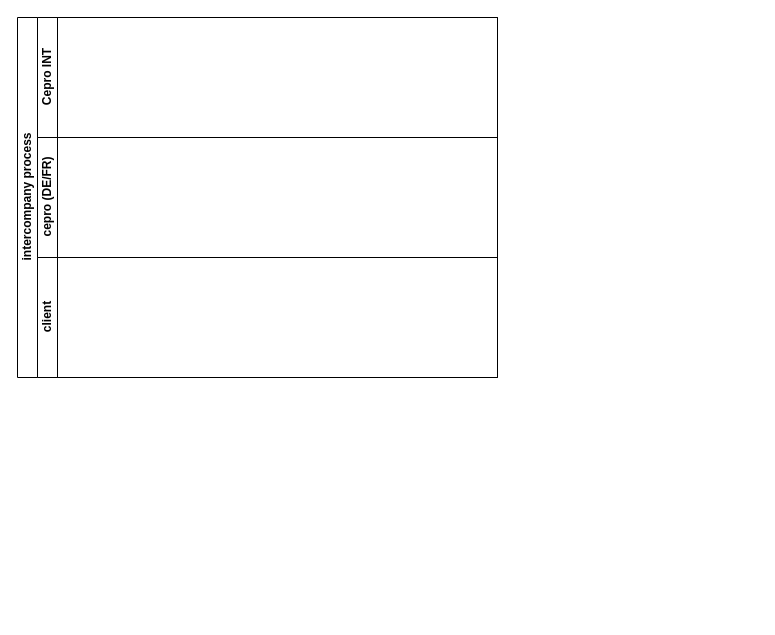
Before: cepro_intercompany.drawio in philip-denys/diagrams, a draw.io diagram. Source tidied: cells renumbered, new cells numbered last; positions are measured from the earlier drawing's top-left corner, leaving out a move shared by most shapes. Both pictures are drawn from the tidied source at 100%, with x=0, y=0 at pixel (17, 17).
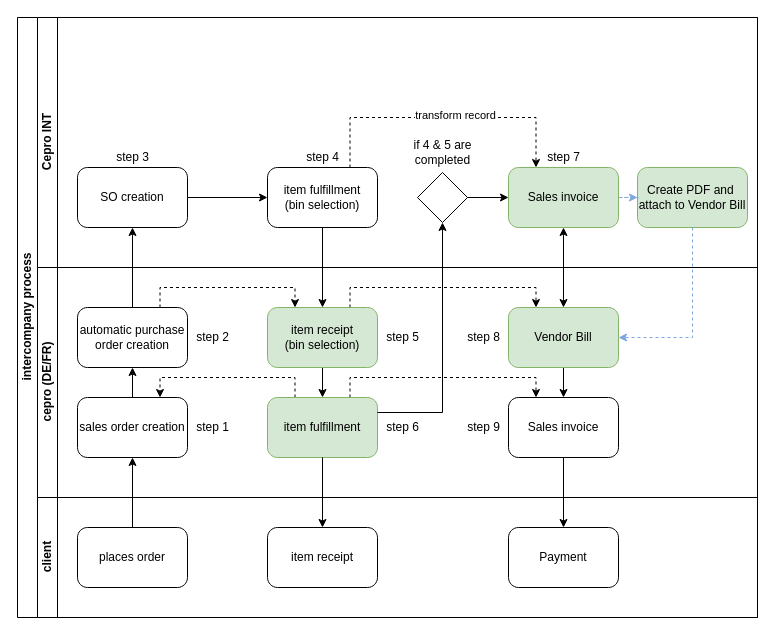
The same page after the edit.

The edit, as a diff of the source:
```diff
@@
     <mxCell id="2" value="intercompany process" style="swimlane;html=1;horizontal=0;startSize=20;" parent="1" vertex="1">
-      <mxGeometry width="480" height="360" as="geometry" />
+      <mxGeometry width="740" height="600" as="geometry" />
     </mxCell>
     <mxCell id="3" value="Cepro INT" style="swimlane;html=1;startSize=20;horizontal=0;" parent="2" vertex="1">
-      <mxGeometry x="20" width="460" height="120" as="geometry" />
+      <mxGeometry x="20" width="720" height="250" as="geometry" />
     </mxCell>
+    <mxCell id="6" value="SO creation" style="points=[[0.25,0,0],[0.5,0,0],[0.75,0,0],[1,0.25,0],[1,0.5,0],[1,0.75,0],[0.75,1,0],[0.5,1,0],[0.25,1,0],[0,0.75,0],[0,0.5,0],[0,0.25,0]];shape=mxgraph.bpmn.task;whiteSpace=wrap;rectStyle=rounded;size=10;taskMarker=abstract;" parent="3" vertex="1">
+      <mxGeometry x="40" y="150" width="110" height="60" as="geometry" />
+    </mxCell>
+    <mxCell id="7" value="step 3" style="text;html=1;align=center;verticalAlign=middle;strokeColor=none;" parent="3" vertex="1">
+      <mxGeometry x="70" y="130" width="50" height="20" as="geometry" />
+    </mxCell>
+    <mxCell id="8" value="step 4" style="text;html=1;align=center;verticalAlign=middle;strokeColor=none;" parent="3" vertex="1">
+      <mxGeometry x="260" y="130" width="50" height="20" as="geometry" />
+    </mxCell>
+    <mxCell id="9" value="step 7" style="text;html=1;align=center;verticalAlign=middle;strokeColor=none;" parent="3" vertex="1">
+      <mxGeometry x="501" y="130" width="50" height="20" as="geometry" />
+    </mxCell>
+    <mxCell id="10" style="points=[[0.25,0.25,0],[0.5,0,0],[0.75,0.25,0],[1,0.5,0],[0.75,0.75,0],[0.5,1,0],[0.25,0.75,0],[0,0.5,0]];shape=mxgraph.bpmn.gateway2;html=1;verticalLabelPosition=bottom;labelBackgroundColor=#ffffff;verticalAlign=top;align=center;perimeter=rhombusPerimeter;outlineConnect=0;outline=none;symbol=none;" parent="3" vertex="1">
+      <mxGeometry x="380" y="155" width="50" height="50" as="geometry" />
+    </mxCell>
+    <mxCell id="11" value="if 4 &amp;amp; 5 are&lt;br&gt;completed" style="text;html=1;align=center;verticalAlign=middle;strokeColor=none;" parent="3" vertex="1">
+      <mxGeometry x="370" y="120" width="70" height="30" as="geometry" />
+    </mxCell>
+    <mxCell id="12" value="Create PDF and &#10;attach to Vendor Bill" style="points=[[0.25,0,0],[0.5,0,0],[0.75,0,0],[1,0.25,0],[1,0.5,0],[1,0.75,0],[0.75,1,0],[0.5,1,0],[0.25,1,0],[0,0.75,0],[0,0.5,0],[0,0.25,0]];shape=mxgraph.bpmn.task;whiteSpace=wrap;rectStyle=rounded;size=10;taskMarker=abstract;fillColor=#d5e8d4;strokeColor=#82b366;" parent="3" vertex="1">
+      <mxGeometry x="600" y="150" width="110" height="60" as="geometry" />
+    </mxCell>
     <mxCell id="4" value="cepro (DE/FR)" style="swimlane;html=1;startSize=20;horizontal=0;" parent="2" vertex="1">
-      <mxGeometry x="20" y="120" width="460" height="120" as="geometry" />
+      <mxGeometry x="20" y="250" width="720" height="230" as="geometry" />
     </mxCell>
+    <mxCell id="13" value="sales order creation" style="points=[[0.25,0,0],[0.5,0,0],[0.75,0,0],[1,0.25,0],[1,0.5,0],[1,0.75,0],[0.75,1,0],[0.5,1,0],[0.25,1,0],[0,0.75,0],[0,0.5,0],[0,0.25,0]];shape=mxgraph.bpmn.task;whiteSpace=wrap;rectStyle=rounded;size=10;taskMarker=abstract;" parent="4" vertex="1">
+      <mxGeometry x="40" y="130" width="110" height="60" as="geometry" />
+    </mxCell>
+    <mxCell id="14" value="automatic purchase order creation" style="points=[[0.25,0,0],[0.5,0,0],[0.75,0,0],[1,0.25,0],[1,0.5,0],[1,0.75,0],[0.75,1,0],[0.5,1,0],[0.25,1,0],[0,0.75,0],[0,0.5,0],[0,0.25,0]];shape=mxgraph.bpmn.task;whiteSpace=wrap;rectStyle=rounded;size=10;taskMarker=abstract;" parent="4" vertex="1">
+      <mxGeometry x="40" y="40" width="110" height="60" as="geometry" />
+    </mxCell>
+    <mxCell id="15" style="edgeStyle=orthogonalEdgeStyle;rounded=0;jettySize=auto;html=1;" parent="4" edge="1" source="13" target="14">
+      <mxGeometry relative="1" as="geometry" />
+    </mxCell>
+    <mxCell id="16" style="edgeStyle=orthogonalEdgeStyle;rounded=0;jettySize=auto;html=1;exitX=0.25;exitY=0;exitDx=0;exitDy=0;exitPerimeter=0;entryX=0.75;entryY=0;entryDx=0;entryDy=0;entryPerimeter=0;startArrow=none;startFill=0;dashed=1;" parent="4" edge="1" source="18" target="13">
+      <mxGeometry relative="1" as="geometry" />
+    </mxCell>
+    <mxCell id="17" style="edgeStyle=orthogonalEdgeStyle;rounded=0;jettySize=auto;html=1;exitX=0.75;exitY=0;exitDx=0;exitDy=0;exitPerimeter=0;entryX=0.25;entryY=0;entryDx=0;entryDy=0;entryPerimeter=0;startArrow=none;startFill=0;dashed=1;" parent="4" edge="1" source="18" target="19">
+      <mxGeometry relative="1" as="geometry" />
+    </mxCell>
+    <mxCell id="18" value="item fulfillment" style="points=[[0.25,0,0],[0.5,0,0],[0.75,0,0],[1,0.25,0],[1,0.5,0],[1,0.75,0],[0.75,1,0],[0.5,1,0],[0.25,1,0],[0,0.75,0],[0,0.5,0],[0,0.25,0]];shape=mxgraph.bpmn.task;whiteSpace=wrap;rectStyle=rounded;size=10;taskMarker=abstract;fillColor=#d5e8d4;strokeColor=#82b366;" parent="4" vertex="1">
+      <mxGeometry x="230" y="130" width="110" height="60" as="geometry" />
+    </mxCell>
+    <mxCell id="19" value="Sales invoice" style="points=[[0.25,0,0],[0.5,0,0],[0.75,0,0],[1,0.25,0],[1,0.5,0],[1,0.75,0],[0.75,1,0],[0.5,1,0],[0.25,1,0],[0,0.75,0],[0,0.5,0],[0,0.25,0]];shape=mxgraph.bpmn.task;whiteSpace=wrap;rectStyle=rounded;size=10;taskMarker=abstract;" parent="4" vertex="1">
+      <mxGeometry x="471" y="130" width="110" height="60" as="geometry" />
+    </mxCell>
+    <mxCell id="20" value="step 2" style="text;html=1;align=center;verticalAlign=middle;strokeColor=none;" parent="4" vertex="1">
+      <mxGeometry x="150" y="60" width="50" height="20" as="geometry" />
+    </mxCell>
+    <mxCell id="21" value="step 1" style="text;html=1;align=center;verticalAlign=middle;strokeColor=none;" parent="4" vertex="1">
+      <mxGeometry x="150" y="150" width="50" height="20" as="geometry" />
+    </mxCell>
+    <mxCell id="22" value="step 6" style="text;html=1;align=center;verticalAlign=middle;strokeColor=none;" parent="4" vertex="1">
+      <mxGeometry x="340" y="150" width="50" height="20" as="geometry" />
+    </mxCell>
+    <mxCell id="23" value="step 8" style="text;html=1;align=center;verticalAlign=middle;strokeColor=none;" parent="4" vertex="1">
+      <mxGeometry x="421" y="60" width="50" height="20" as="geometry" />
+    </mxCell>
+    <mxCell id="24" value="step 9" style="text;html=1;align=center;verticalAlign=middle;strokeColor=none;" parent="4" vertex="1">
+      <mxGeometry x="421" y="150" width="50" height="20" as="geometry" />
+    </mxCell>
     <mxCell id="5" value="client" style="swimlane;html=1;startSize=20;horizontal=0;" parent="2" vertex="1">
-      <mxGeometry x="20" y="240" width="460" height="120" as="geometry" />
+      <mxGeometry x="20" y="480" width="720" height="120" as="geometry" />
     </mxCell>
+    <mxCell id="25" value="places order" style="points=[[0.25,0,0],[0.5,0,0],[0.75,0,0],[1,0.25,0],[1,0.5,0],[1,0.75,0],[0.75,1,0],[0.5,1,0],[0.25,1,0],[0,0.75,0],[0,0.5,0],[0,0.25,0]];shape=mxgraph.bpmn.task;whiteSpace=wrap;rectStyle=rounded;size=10;taskMarker=abstract;" parent="5" vertex="1">
+      <mxGeometry x="40" y="30" width="110" height="60" as="geometry" />
+    </mxCell>
+    <mxCell id="26" value="item receipt" style="points=[[0.25,0,0],[0.5,0,0],[0.75,0,0],[1,0.25,0],[1,0.5,0],[1,0.75,0],[0.75,1,0],[0.5,1,0],[0.25,1,0],[0,0.75,0],[0,0.5,0],[0,0.25,0]];shape=mxgraph.bpmn.task;whiteSpace=wrap;rectStyle=rounded;size=10;taskMarker=abstract;" parent="5" vertex="1">
+      <mxGeometry x="230" y="30" width="110" height="60" as="geometry" />
+    </mxCell>
+    <mxCell id="27" value="Payment" style="points=[[0.25,0,0],[0.5,0,0],[0.75,0,0],[1,0.25,0],[1,0.5,0],[1,0.75,0],[0.75,1,0],[0.5,1,0],[0.25,1,0],[0,0.75,0],[0,0.5,0],[0,0.25,0]];shape=mxgraph.bpmn.task;whiteSpace=wrap;rectStyle=rounded;size=10;taskMarker=abstract;" parent="5" vertex="1">
+      <mxGeometry x="471" y="30" width="110" height="60" as="geometry" />
+    </mxCell>
+    <mxCell id="28" style="edgeStyle=orthogonalEdgeStyle;rounded=0;jettySize=auto;html=1;" parent="2" edge="1" source="25" target="13">
+      <mxGeometry relative="1" as="geometry" />
+    </mxCell>
+    <mxCell id="29" style="edgeStyle=orthogonalEdgeStyle;rounded=0;jettySize=auto;html=1;" parent="2" edge="1" source="14" target="6">
+      <mxGeometry relative="1" as="geometry" />
+    </mxCell>
+    <mxCell id="30" style="edgeStyle=orthogonalEdgeStyle;rounded=0;jettySize=auto;html=1;" parent="2" edge="1" source="18" target="26">
+      <mxGeometry relative="1" as="geometry" />
+    </mxCell>
+    <mxCell id="31" style="edgeStyle=orthogonalEdgeStyle;rounded=0;jettySize=auto;html=1;" parent="2" edge="1" source="19" target="27">
+      <mxGeometry relative="1" as="geometry" />
+    </mxCell>
+    <mxCell id="32" style="edgeStyle=orthogonalEdgeStyle;rounded=0;jettySize=auto;html=1;exitX=1;exitY=0.25;exitDx=0;exitDy=0;exitPerimeter=0;entryX=0.5;entryY=1;entryDx=0;entryDy=0;entryPerimeter=0;startArrow=none;startFill=0;" parent="2" edge="1" source="18" target="10">
+      <mxGeometry relative="1" as="geometry" />
+    </mxCell>
+    <mxCell id="33" style="edgeStyle=orthogonalEdgeStyle;rounded=0;jettySize=auto;html=1;" parent="1" edge="1" source="36" target="41">
+      <mxGeometry relative="1" as="geometry" />
+    </mxCell>
+    <mxCell id="34" style="edgeStyle=orthogonalEdgeStyle;rounded=0;jettySize=auto;html=1;exitX=0.75;exitY=0;exitDx=0;exitDy=0;exitPerimeter=0;entryX=0.25;entryY=0;entryDx=0;entryDy=0;entryPerimeter=0;startArrow=none;startFill=0;dashed=1;" parent="1" edge="1" source="36" target="44">
+      <mxGeometry relative="1" as="geometry">
+        <Array as="points">
+          <mxPoint x="333" y="100" />
+          <mxPoint x="519" y="100" />
+        </Array>
+      </mxGeometry>
+    </mxCell>
+    <mxCell id="35" value="transform record" style="edgeLabel;html=1;align=center;verticalAlign=middle;" parent="34" vertex="1">
+      <mxGeometry x="0.08" y="3" relative="1" as="geometry">
+        <mxPoint x="1" as="offset" />
+      </mxGeometry>
+    </mxCell>
+    <mxCell id="36" value="item fulfillment&#10;(bin selection)" style="points=[[0.25,0,0],[0.5,0,0],[0.75,0,0],[1,0.25,0],[1,0.5,0],[1,0.75,0],[0.75,1,0],[0.5,1,0],[0.25,1,0],[0,0.75,0],[0,0.5,0],[0,0.25,0]];shape=mxgraph.bpmn.task;whiteSpace=wrap;rectStyle=rounded;size=10;taskMarker=abstract;" parent="1" vertex="1">
+      <mxGeometry x="250" y="150" width="110" height="60" as="geometry" />
+    </mxCell>
+    <mxCell id="37" style="edgeStyle=orthogonalEdgeStyle;rounded=0;jettySize=auto;html=1;" parent="1" edge="1" source="6" target="36">
+      <mxGeometry relative="1" as="geometry" />
+    </mxCell>
+    <mxCell id="38" style="edgeStyle=orthogonalEdgeStyle;rounded=0;jettySize=auto;html=1;" parent="1" edge="1" source="41" target="18">
+      <mxGeometry relative="1" as="geometry" />
+    </mxCell>
+    <mxCell id="39" style="edgeStyle=orthogonalEdgeStyle;rounded=0;jettySize=auto;html=1;entryX=0.25;entryY=0;entryDx=0;entryDy=0;entryPerimeter=0;startArrow=none;startFill=0;exitX=0.75;exitY=0;exitDx=0;exitDy=0;exitPerimeter=0;dashed=1;" parent="1" edge="1" source="14" target="41">
+      <mxGeometry relative="1" as="geometry" />
+    </mxCell>
+    <mxCell id="40" style="edgeStyle=orthogonalEdgeStyle;rounded=0;jettySize=auto;html=1;exitX=0.75;exitY=0;exitDx=0;exitDy=0;exitPerimeter=0;entryX=0.25;entryY=0;entryDx=0;entryDy=0;entryPerimeter=0;startArrow=none;startFill=0;dashed=1;" parent="1" edge="1" source="41" target="46">
+      <mxGeometry relative="1" as="geometry" />
+    </mxCell>
+    <mxCell id="41" value="item receipt&#10;(bin selection)" style="points=[[0.25,0,0],[0.5,0,0],[0.75,0,0],[1,0.25,0],[1,0.5,0],[1,0.75,0],[0.75,1,0],[0.5,1,0],[0.25,1,0],[0,0.75,0],[0,0.5,0],[0,0.25,0]];shape=mxgraph.bpmn.task;whiteSpace=wrap;rectStyle=rounded;size=10;taskMarker=abstract;fillColor=#d5e8d4;strokeColor=#82b366;" parent="1" vertex="1">
+      <mxGeometry x="250" y="290" width="110" height="60" as="geometry" />
+    </mxCell>
+    <mxCell id="42" style="edgeStyle=orthogonalEdgeStyle;rounded=0;jettySize=auto;html=1;startArrow=classic;startFill=1;" parent="1" edge="1" source="44" target="46">
+      <mxGeometry relative="1" as="geometry" />
+    </mxCell>
+    <mxCell id="43" style="edgeStyle=orthogonalEdgeStyle;rounded=0;jettySize=auto;html=1;dashed=1;fontColor=#E6E6E6;startArrow=none;startFill=0;strokeColor=#7EA6E0;" parent="1" edge="1" source="44" target="12">
+      <mxGeometry relative="1" as="geometry" />
+    </mxCell>
+    <mxCell id="44" value="Sales invoice" style="points=[[0.25,0,0],[0.5,0,0],[0.75,0,0],[1,0.25,0],[1,0.5,0],[1,0.75,0],[0.75,1,0],[0.5,1,0],[0.25,1,0],[0,0.75,0],[0,0.5,0],[0,0.25,0]];shape=mxgraph.bpmn.task;whiteSpace=wrap;rectStyle=rounded;size=10;taskMarker=abstract;fillColor=#d5e8d4;strokeColor=#82b366;" parent="1" vertex="1">
+      <mxGeometry x="491" y="150" width="110" height="60" as="geometry" />
+    </mxCell>
+    <mxCell id="45" style="edgeStyle=orthogonalEdgeStyle;rounded=0;jettySize=auto;html=1;" parent="1" edge="1" source="46" target="19">
+      <mxGeometry relative="1" as="geometry" />
+    </mxCell>
+    <mxCell id="46" value="Vendor Bill" style="points=[[0.25,0,0],[0.5,0,0],[0.75,0,0],[1,0.25,0],[1,0.5,0],[1,0.75,0],[0.75,1,0],[0.5,1,0],[0.25,1,0],[0,0.75,0],[0,0.5,0],[0,0.25,0]];shape=mxgraph.bpmn.task;whiteSpace=wrap;rectStyle=rounded;size=10;taskMarker=abstract;fillColor=#d5e8d4;strokeColor=#82b366;" parent="1" vertex="1">
+      <mxGeometry x="491" y="290" width="110" height="60" as="geometry" />
+    </mxCell>
+    <mxCell id="47" value="step 5" style="text;html=1;align=center;verticalAlign=middle;strokeColor=none;" parent="1" vertex="1">
+      <mxGeometry x="360" y="310" width="50" height="20" as="geometry" />
+    </mxCell>
+    <mxCell id="48" style="edgeStyle=orthogonalEdgeStyle;rounded=0;jettySize=auto;html=1;exitX=1;exitY=0.5;exitDx=0;exitDy=0;exitPerimeter=0;entryX=0;entryY=0.5;entryDx=0;entryDy=0;entryPerimeter=0;startArrow=none;startFill=0;" parent="1" edge="1" source="10" target="44">
+      <mxGeometry relative="1" as="geometry" />
+    </mxCell>
+    <mxCell id="49" style="edgeStyle=orthogonalEdgeStyle;rounded=0;jettySize=auto;html=1;exitX=0.5;exitY=1;exitDx=0;exitDy=0;exitPerimeter=0;entryX=1;entryY=0.5;entryDx=0;entryDy=0;entryPerimeter=0;dashed=1;fontColor=#E6E6E6;startArrow=none;startFill=0;strokeColor=#7EA6E0;" parent="1" edge="1" source="12" target="46">
+      <mxGeometry relative="1" as="geometry" />
+    </mxCell>
```
